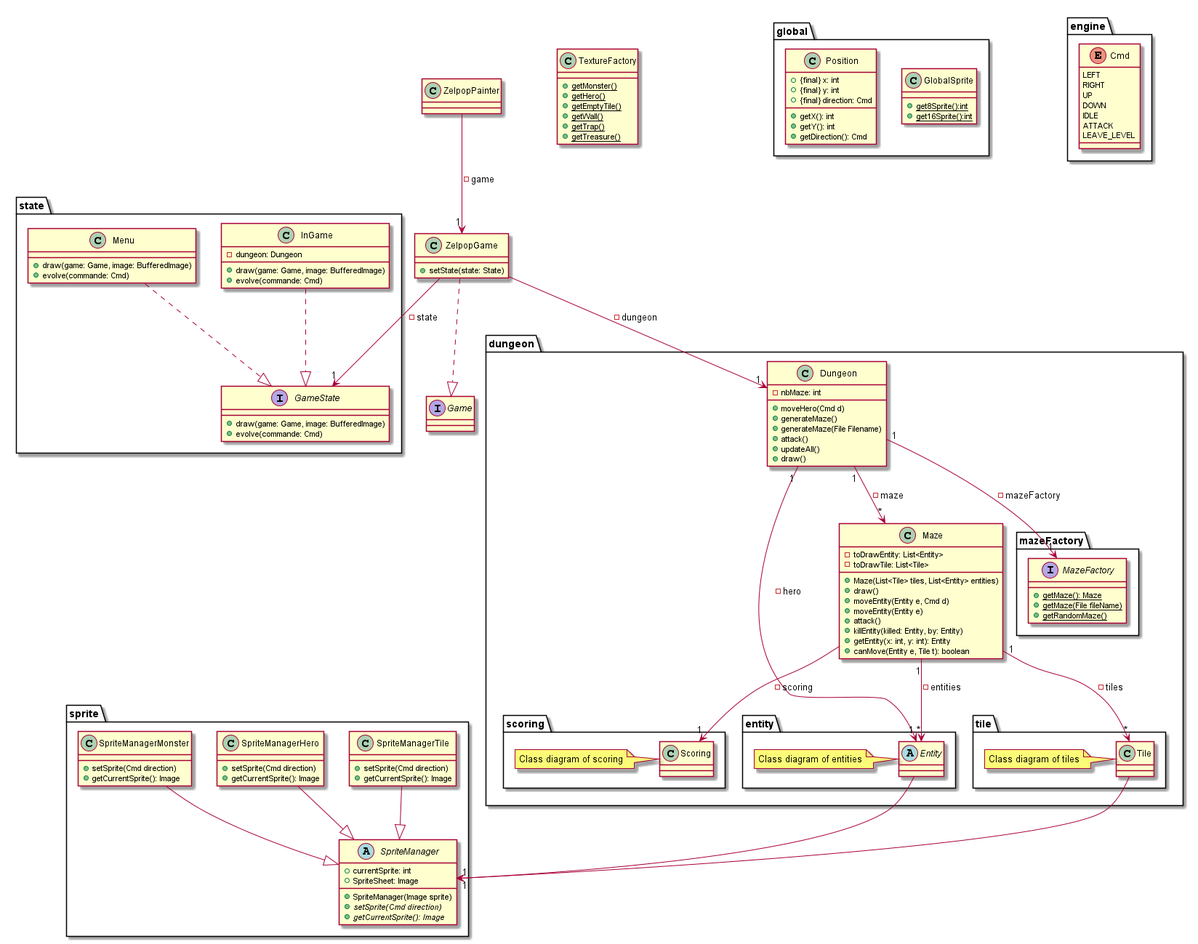
Earlier version of the PlantUML export doc/second_sprint/diagrams/class/global.png (Reynault/ACL_2019_Zelpop).
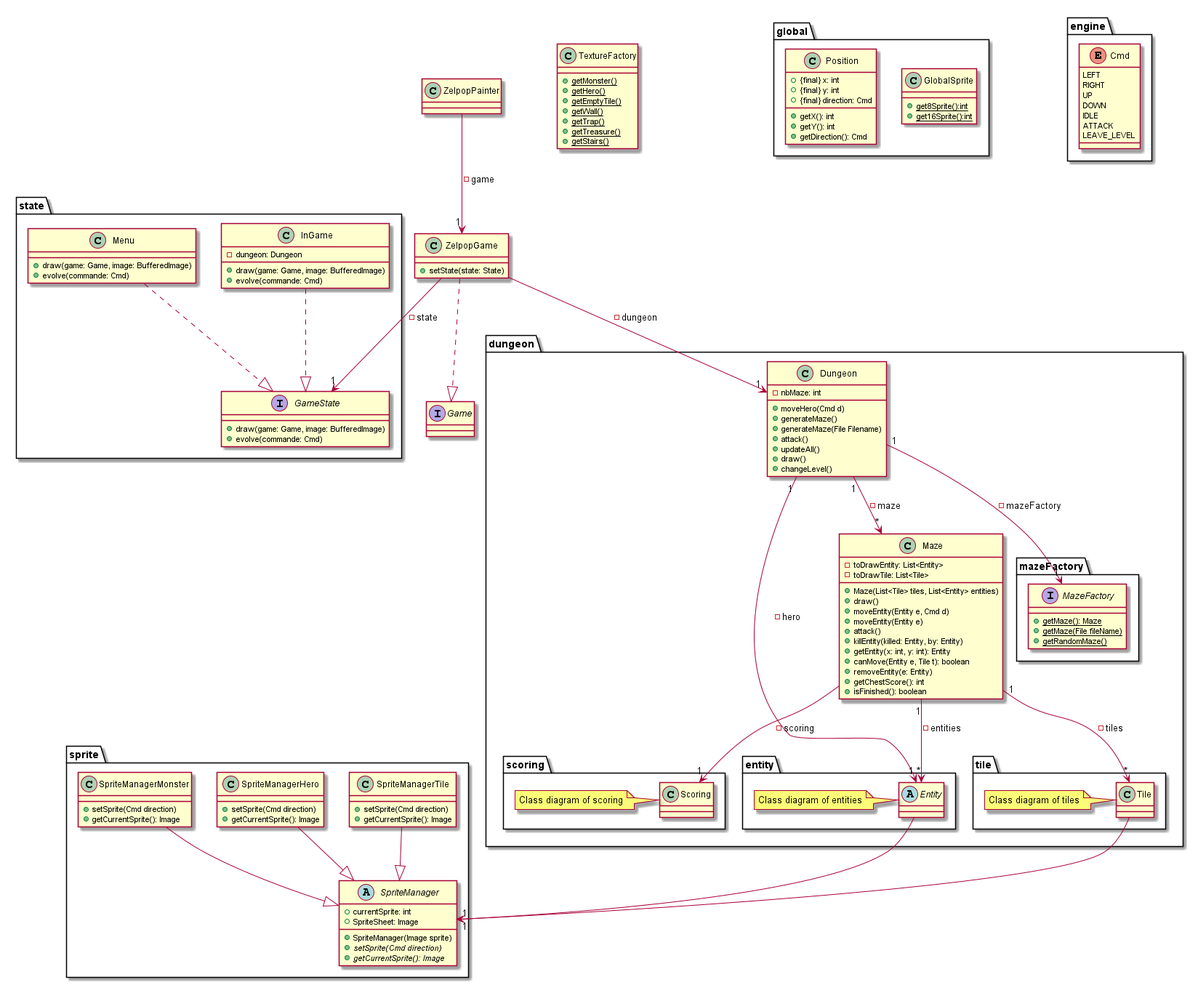
Later version of the same file.

Commit message:
second sprint: update diagrams

Change to the diagram source:
```diff
@@ -37,6 +37,7 @@
         + attack()
         + updateAll()
         + draw()
+        + changeLevel()
     }
 
     class Maze{
@@ -50,6 +51,9 @@
         + killEntity(killed: Entity, by: Entity)
         + getEntity(x: int, y: int): Entity
         + canMove(Entity e, Tile t): boolean
+        + removeEntity(e: Entity)
+        + getChestScore(): int
+        + isFinished(): boolean
     }
 
     package scoring{
@@ -106,6 +110,7 @@
     + {static}getWall()
     + {static}getTrap()
     + {static}getTreasure()
+    + {static}getStairs()
 }
 
 package sprite{
```
